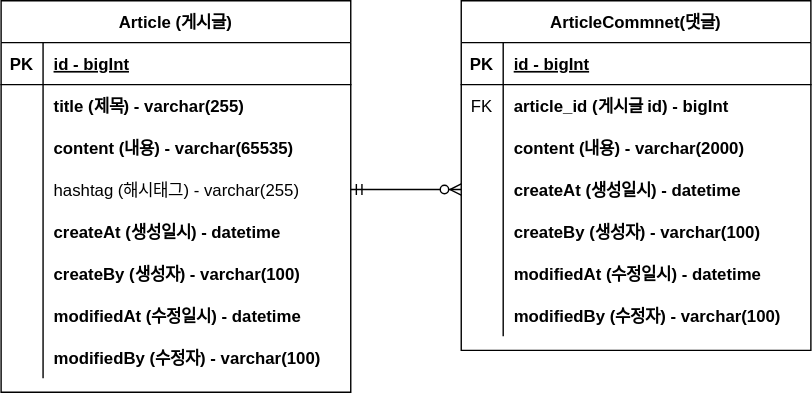
harriot66/rada-project-board keeps this draw.io diagram as document/project-board-erd.svg. Above is the earlier version. Source tidied: cells renumbered, new cells last; positions are measured from the earlier drawing's top-left corner, leaving out a move shared by most shapes.
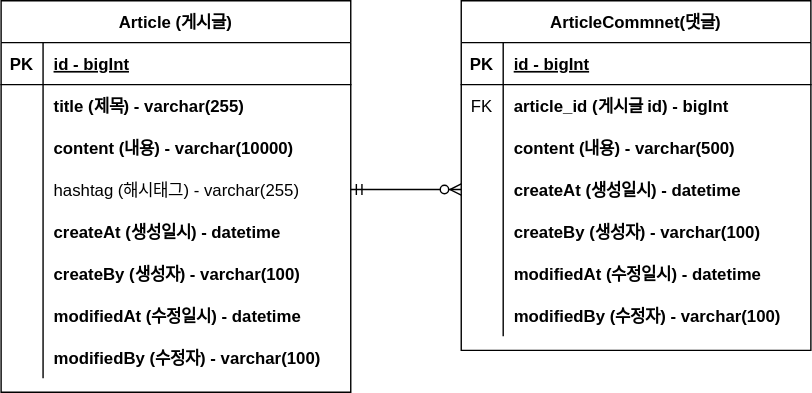
After the change.

Commit message:
#11 - erd 업데이트: content 사이즈 변경

What changed in the source:
```diff
@@ -29,7 +29,7 @@
     <mxCell id="10" style="shape=partialRectangle;overflow=hidden;fillColor=none;top=0;left=0;bottom=0;right=0;" parent="9" vertex="1">
       <mxGeometry width="30" height="30" as="geometry" />
     </mxCell>
-    <mxCell id="11" value="content (내용) - varchar(2000)" style="shape=partialRectangle;overflow=hidden;fillColor=none;top=0;left=0;bottom=0;right=0;align=left;spacingLeft=6;fontStyle=1;" parent="9" vertex="1">
+    <mxCell id="11" value="content (내용) - varchar(500)" style="shape=partialRectangle;overflow=hidden;fillColor=none;top=0;left=0;bottom=0;right=0;align=left;spacingLeft=6;fontStyle=1;" parent="9" vertex="1">
       <mxGeometry x="30" width="220" height="30" as="geometry" />
     </mxCell>
     <mxCell id="12" style="shape=partialRectangle;fillColor=none;points=[[0,0.5],[1,0.5]];portConstraint=eastwest;top=0;left=0;right=0;bottom=0;" parent="2" vertex="1">
@@ -95,7 +95,7 @@
     <mxCell id="32" style="shape=partialRectangle;overflow=hidden;fillColor=none;top=0;left=0;bottom=0;right=0;" parent="31" vertex="1">
       <mxGeometry width="30" height="30" as="geometry" />
     </mxCell>
-    <mxCell id="33" value="content (내용) - varchar(65535)" style="shape=partialRectangle;overflow=hidden;fillColor=none;top=0;left=0;bottom=0;right=0;align=left;spacingLeft=6;fontStyle=1;" parent="31" vertex="1">
+    <mxCell id="33" value="content (내용) - varchar(10000)" style="shape=partialRectangle;overflow=hidden;fillColor=none;top=0;left=0;bottom=0;right=0;align=left;spacingLeft=6;fontStyle=1;" parent="31" vertex="1">
       <mxGeometry x="30" width="220" height="30" as="geometry" />
     </mxCell>
     <mxCell id="34" style="shape=partialRectangle;fillColor=none;points=[[0,0.5],[1,0.5]];portConstraint=eastwest;top=0;left=0;right=0;bottom=0;" parent="24" vertex="1">
```
